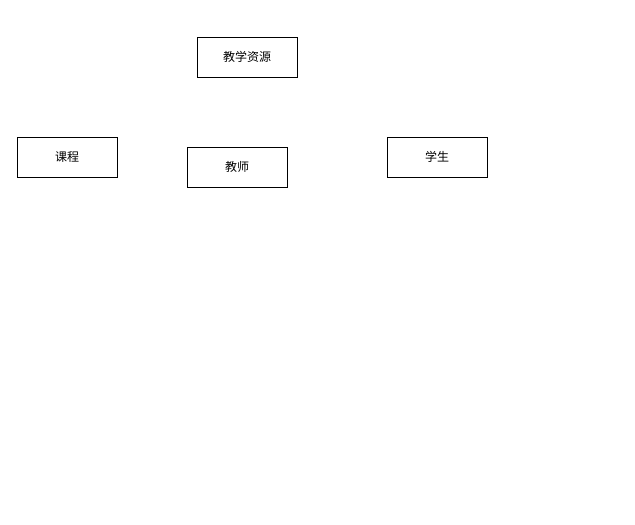
Above: 教学资源模块er.drawio in ytrLove/text_repo (draw.io), before the change. Source tidied: cells renumbered, new cells numbered last; positions are measured from the earlier drawing's top-left corner, leaving out a move shared by most shapes. Both pictures are drawn from the tidied source at 100%, with x=0, y=0 at pixel (17, 37).
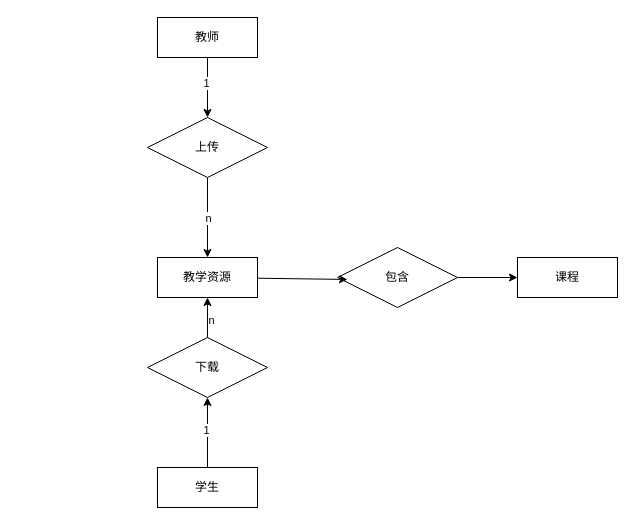
After the change.

Commit message:
更新教学资源模块er.drawio

Diff of the diagram source:
```diff
@@
 <mxGraphModel>
   <root>
     <mxCell id="0" />
     <mxCell id="1" parent="0" />
+    <mxCell id="6" style="edgeStyle=none;rounded=0;jettySize=auto;html=1;entryX=0.5;entryY=0;entryDx=0;entryDy=0;" parent="1" edge="1" source="2" target="12">
+      <mxGeometry relative="1" as="geometry" />
+    </mxCell>
+    <mxCell id="7" value="1" style="edgeLabel;html=1;align=center;verticalAlign=middle;" parent="6" vertex="1">
+      <mxGeometry x="-0.18" y="-2" relative="1" as="geometry" />
+    </mxCell>
     <mxCell id="2" value="教师" style="whiteSpace=wrap;html=1;align=center;" parent="1" vertex="1">
-      <mxGeometry x="170" y="110" width="100" height="40" as="geometry" />
+      <mxGeometry x="140" y="-20" width="100" height="40" as="geometry" />
     </mxCell>
     <mxCell id="3" value="教学资源" style="whiteSpace=wrap;html=1;align=center;" parent="1" vertex="1">
-      <mxGeometry x="180" width="100" height="40" as="geometry" />
+      <mxGeometry x="140" y="220" width="100" height="40" as="geometry" />
     </mxCell>
+    <mxCell id="8" style="edgeStyle=none;rounded=0;jettySize=auto;html=1;entryX=0.5;entryY=1;entryDx=0;entryDy=0;" parent="1" edge="1" source="4" target="15">
+      <mxGeometry relative="1" as="geometry" />
+    </mxCell>
+    <mxCell id="9" value="1" style="edgeLabel;html=1;align=center;verticalAlign=middle;" parent="8" vertex="1">
+      <mxGeometry x="0.09" y="2" relative="1" as="geometry" />
+    </mxCell>
     <mxCell id="4" value="学生" style="whiteSpace=wrap;html=1;align=center;" parent="1" vertex="1">
-      <mxGeometry x="370" y="100" width="100" height="40" as="geometry" />
+      <mxGeometry x="140" y="430" width="100" height="40" as="geometry" />
     </mxCell>
     <mxCell id="5" value="课程" style="whiteSpace=wrap;html=1;align=center;" parent="1" vertex="1">
-      <mxGeometry y="100" width="100" height="40" as="geometry" />
+      <mxGeometry x="500" y="220" width="100" height="40" as="geometry" />
     </mxCell>
+    <mxCell id="10" style="edgeStyle=none;rounded=0;jettySize=auto;html=1;entryX=0.5;entryY=0;entryDx=0;entryDy=0;" parent="1" edge="1" source="12" target="3">
+      <mxGeometry relative="1" as="geometry" />
+    </mxCell>
+    <mxCell id="11" value="n" style="edgeLabel;html=1;align=center;verticalAlign=middle;" parent="10" vertex="1">
+      <mxGeometry x="-0.01" relative="1" as="geometry" />
+    </mxCell>
+    <mxCell id="12" value="上传" style="shape=rhombus;perimeter=rhombusPerimeter;whiteSpace=wrap;html=1;align=center;" parent="1" vertex="1">
+      <mxGeometry x="130" y="80" width="120" height="60" as="geometry" />
+    </mxCell>
+    <mxCell id="13" style="edgeStyle=none;rounded=0;jettySize=auto;html=1;exitX=0.5;exitY=0;exitDx=0;exitDy=0;entryX=0.5;entryY=1;entryDx=0;entryDy=0;" parent="1" edge="1" source="15" target="3">
+      <mxGeometry relative="1" as="geometry" />
+    </mxCell>
+    <mxCell id="14" value="n" style="edgeLabel;html=1;align=center;verticalAlign=middle;" parent="13" vertex="1">
+      <mxGeometry x="-0.08" y="-3" relative="1" as="geometry" />
+    </mxCell>
+    <mxCell id="15" value="下载" style="shape=rhombus;perimeter=rhombusPerimeter;whiteSpace=wrap;html=1;align=center;" parent="1" vertex="1">
+      <mxGeometry x="130" y="300" width="120" height="60" as="geometry" />
+    </mxCell>
+    <mxCell id="16" style="edgeStyle=none;rounded=0;jettySize=auto;html=1;" parent="1" edge="1" source="17" target="5">
+      <mxGeometry relative="1" as="geometry" />
+    </mxCell>
+    <mxCell id="17" value="包含" style="shape=rhombus;perimeter=rhombusPerimeter;whiteSpace=wrap;html=1;align=center;" parent="1" vertex="1">
+      <mxGeometry x="320" y="210" width="120" height="60" as="geometry" />
+    </mxCell>
+    <mxCell id="18" style="edgeStyle=none;rounded=0;jettySize=auto;html=1;entryX=0.083;entryY=0.533;entryDx=0;entryDy=0;entryPerimeter=0;" parent="1" edge="1" source="3" target="17">
+      <mxGeometry relative="1" as="geometry" />
+    </mxCell>
   </root>
 </mxGraphModel>
```
